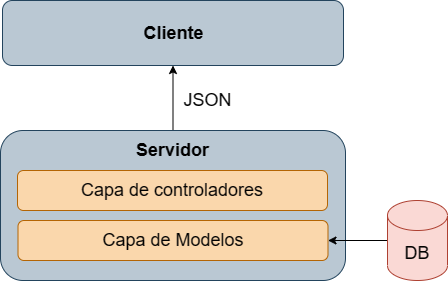
Earlier version of the draw.io export Design/Web_app/diagrama_app_web.png (Diego-Hiriart/Capstone_Hiriart-Corales-Samaniego). Source tidied: cells renumbered, new cells last; positions are measured from the earlier drawing's top-left corner, leaving out a move shared by most shapes. The source it was exported from:
```xml
<mxGraphModel>
  <root>
    <mxCell id="0" />
    <mxCell id="1" parent="0" />
    <mxCell id="2" style="rounded=1;whiteSpace=wrap;html=1;fillColor=#bac8d3;strokeColor=#23445d;fontSize=18;" parent="1" vertex="1">
      <mxGeometry x="2" width="341" height="65" as="geometry" />
    </mxCell>
    <mxCell id="3" style="edgeStyle=orthogonalEdgeStyle;rounded=0;jettySize=auto;html=1;fontSize=18;" parent="1" edge="1" source="4" target="2">
      <mxGeometry relative="1" as="geometry" />
    </mxCell>
    <mxCell id="4" style="rounded=1;whiteSpace=wrap;html=1;fillColor=#bac8d3;strokeColor=#23445d;fontSize=18;" parent="1" vertex="1">
      <mxGeometry y="130" width="345" height="150" as="geometry" />
    </mxCell>
    <mxCell id="5" value="Cliente" style="text;html=1;align=center;verticalAlign=middle;strokeColor=none;fillColor=none;fontStyle=1;fontSize=18;" parent="1" vertex="1">
      <mxGeometry x="132.5" y="12.5" width="80" height="40" as="geometry" />
    </mxCell>
    <mxCell id="6" value="Servidor" style="text;html=1;align=center;verticalAlign=middle;strokeColor=none;fillColor=none;fontStyle=1;fontSize=18;" parent="1" vertex="1">
      <mxGeometry x="122" y="130" width="100" height="40" as="geometry" />
    </mxCell>
    <mxCell id="7" value="JSON" style="text;html=1;align=center;verticalAlign=middle;strokeColor=none;fillColor=none;fontSize=18;" parent="1" vertex="1">
      <mxGeometry x="172" y="80" width="70" height="40" as="geometry" />
    </mxCell>
    <mxCell id="8" value="Capa de controladores" style="rounded=1;whiteSpace=wrap;html=1;fillColor=#fad7ac;strokeColor=#b46504;fontSize=18;" parent="1" vertex="1">
      <mxGeometry x="17" y="170" width="310" height="40" as="geometry" />
    </mxCell>
    <mxCell id="9" value="Capa de Modelos" style="rounded=1;whiteSpace=wrap;html=1;fillColor=#fad7ac;strokeColor=#b46504;fontSize=18;" parent="1" vertex="1">
      <mxGeometry x="17.5" y="220" width="310" height="40" as="geometry" />
    </mxCell>
    <mxCell id="10" style="edgeStyle=orthogonalEdgeStyle;rounded=0;jettySize=auto;html=1;fontSize=18;" parent="1" edge="1" source="11" target="9">
      <mxGeometry relative="1" as="geometry" />
    </mxCell>
    <mxCell id="11" value="DB" style="shape=cylinder3;whiteSpace=wrap;html=1;boundedLbl=1;backgroundOutline=1;size=15;fillColor=#fad9d5;strokeColor=#ae4132;fontSize=18;" parent="1" vertex="1">
      <mxGeometry x="387" y="200" width="60" height="80" as="geometry" />
    </mxCell>
  </root>
</mxGraphModel>
```
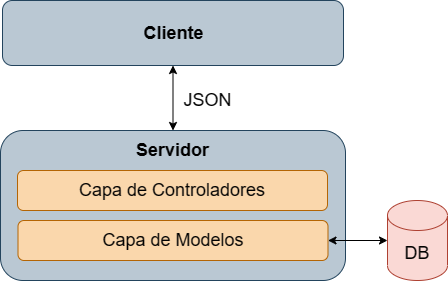
After the commit.

What changed in the source:
```diff
@@ -5,7 +5,7 @@
     <mxCell id="2" style="rounded=1;whiteSpace=wrap;html=1;fillColor=#bac8d3;strokeColor=#23445d;fontSize=18;" parent="1" vertex="1">
       <mxGeometry x="2" width="341" height="65" as="geometry" />
     </mxCell>
-    <mxCell id="3" style="edgeStyle=orthogonalEdgeStyle;rounded=0;jettySize=auto;html=1;fontSize=18;" parent="1" edge="1" source="4" target="2">
+    <mxCell id="3" style="edgeStyle=orthogonalEdgeStyle;rounded=0;jettySize=auto;html=1;fontSize=18;startArrow=classic;startFill=1;" parent="1" edge="1" source="4" target="2">
       <mxGeometry relative="1" as="geometry" />
     </mxCell>
     <mxCell id="4" style="rounded=1;whiteSpace=wrap;html=1;fillColor=#bac8d3;strokeColor=#23445d;fontSize=18;" parent="1" vertex="1">
@@ -20,13 +20,13 @@
     <mxCell id="7" value="JSON" style="text;html=1;align=center;verticalAlign=middle;strokeColor=none;fillColor=none;fontSize=18;" parent="1" vertex="1">
       <mxGeometry x="172" y="80" width="70" height="40" as="geometry" />
     </mxCell>
-    <mxCell id="8" value="Capa de controladores" style="rounded=1;whiteSpace=wrap;html=1;fillColor=#fad7ac;strokeColor=#b46504;fontSize=18;" parent="1" vertex="1">
+    <mxCell id="8" value="Capa de Controladores" style="rounded=1;whiteSpace=wrap;html=1;fillColor=#fad7ac;strokeColor=#b46504;fontSize=18;" parent="1" vertex="1">
       <mxGeometry x="17" y="170" width="310" height="40" as="geometry" />
     </mxCell>
     <mxCell id="9" value="Capa de Modelos" style="rounded=1;whiteSpace=wrap;html=1;fillColor=#fad7ac;strokeColor=#b46504;fontSize=18;" parent="1" vertex="1">
       <mxGeometry x="17.5" y="220" width="310" height="40" as="geometry" />
     </mxCell>
-    <mxCell id="10" style="edgeStyle=orthogonalEdgeStyle;rounded=0;jettySize=auto;html=1;fontSize=18;" parent="1" edge="1" source="11" target="9">
+    <mxCell id="10" style="edgeStyle=orthogonalEdgeStyle;rounded=0;jettySize=auto;html=1;fontSize=18;startArrow=classic;startFill=1;" parent="1" edge="1" source="11" target="9">
       <mxGeometry relative="1" as="geometry" />
     </mxCell>
     <mxCell id="11" value="DB" style="shape=cylinder3;whiteSpace=wrap;html=1;boundedLbl=1;backgroundOutline=1;size=15;fillColor=#fad9d5;strokeColor=#ae4132;fontSize=18;" parent="1" vertex="1">
```
